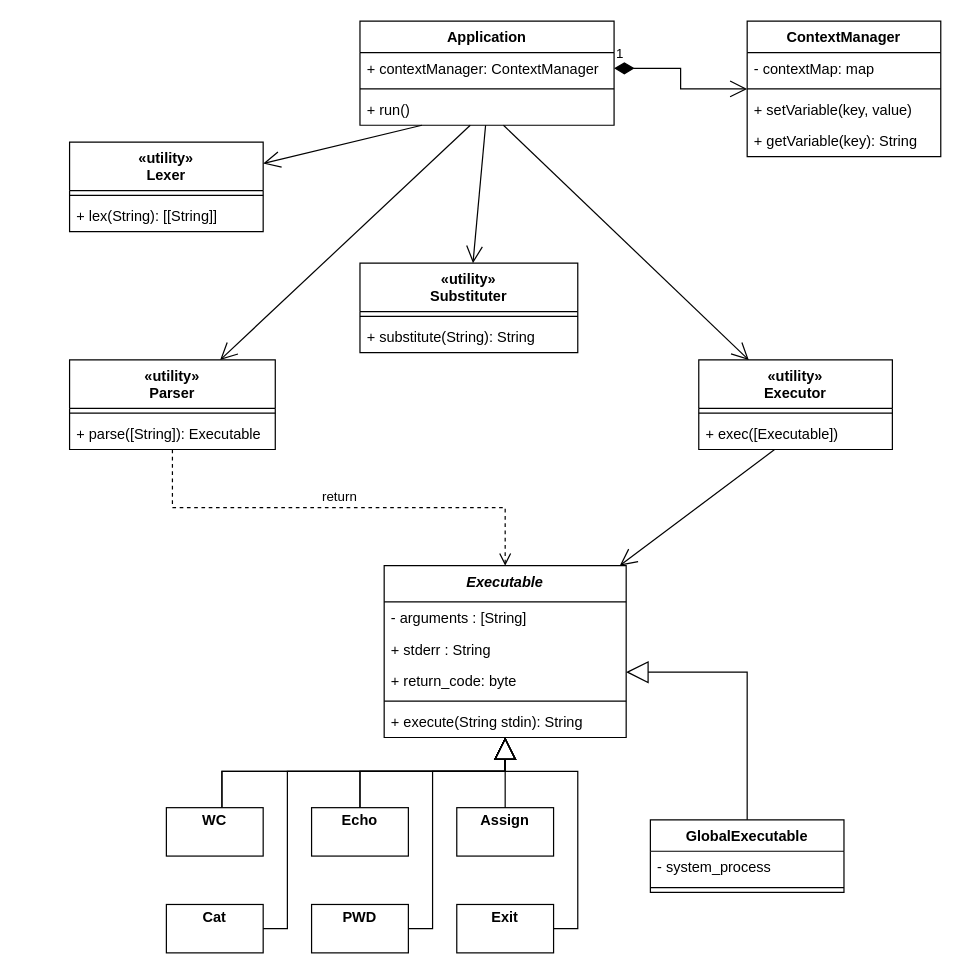
kgamora/cli-itmo-sd-2023 keeps this draw.io diagram as cli-class_scheme.drawio. Above is the earlier version. Source tidied: cells renumbered, new cells numbered last; positions are measured from the earlier drawing's top-left corner, leaving out a move shared by most shapes. Both pictures are drawn from the tidied source at 121%, with x=0, y=0 at pixel (69, 21).
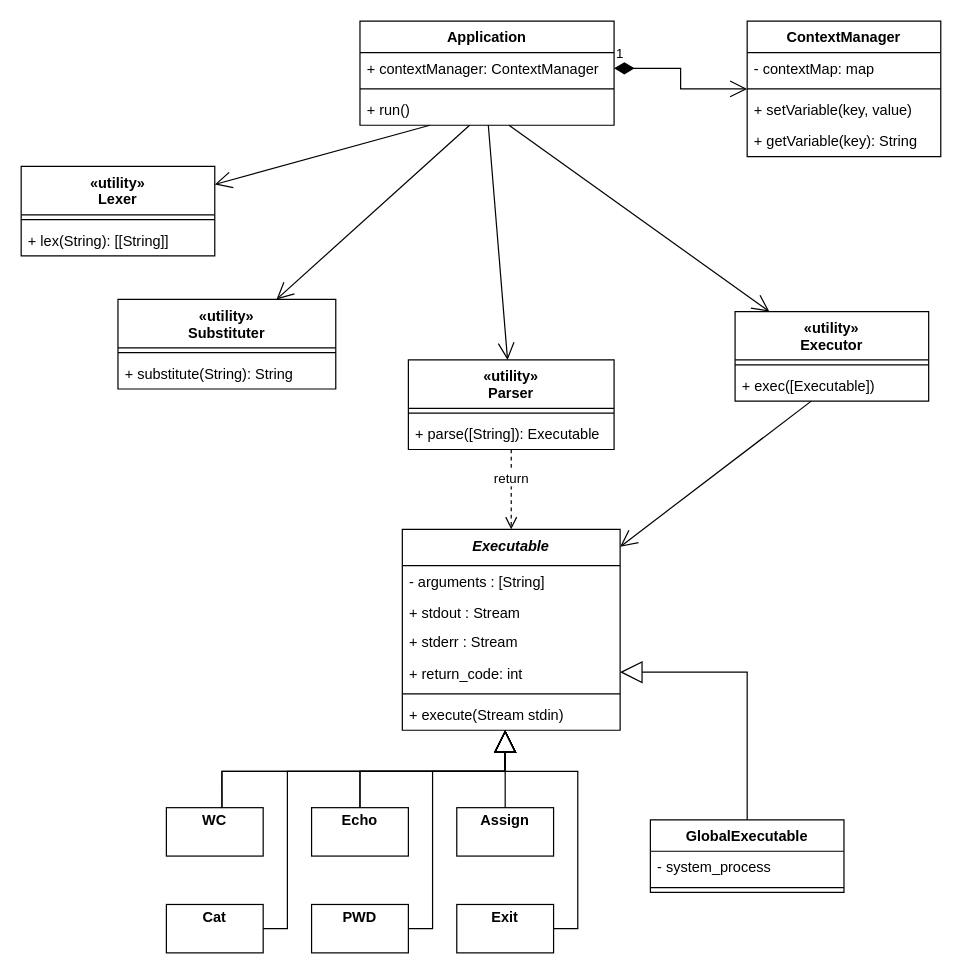
The same page after the edit.

Commit message:
Добавлены потоки для Executable

The change refers to these unchanged cells:
```xml
<mxCell id="31" value="&lt;p style=&quot;margin:0px;margin-top:4px;text-align:center;&quot;&gt;&lt;b&gt;Assign&lt;/b&gt;&lt;/p&gt;" style="verticalAlign=top;align=left;overflow=fill;fontSize=12;fontFamily=Helvetica;html=1;" parent="1" vertex="1">
  <mxGeometry x="320" y="650" width="80" height="40" as="geometry" />
</mxCell>
```

The edit, as a diff of the source:
```diff
@@
     <mxCell id="11" value="«utility»&#10;Lexer" style="swimlane;fontStyle=1;align=center;verticalAlign=top;horizontal=1;startSize=40;" parent="1" vertex="1">
-      <mxGeometry y="100" width="160" height="74" as="geometry" />
+      <mxGeometry x="-40" y="120" width="160" height="74" as="geometry" />
     </mxCell>
@@
     <mxCell id="14" value="«utility»&#10;Substituter" style="swimlane;fontStyle=1;align=center;verticalAlign=top;horizontal=1;startSize=40;" parent="1" vertex="1">
-      <mxGeometry x="240" y="200" width="180" height="74" as="geometry" />
+      <mxGeometry x="40" y="230" width="180" height="74" as="geometry" />
     </mxCell>
@@
     <mxCell id="17" value="«utility»&#10;Parser" style="swimlane;fontStyle=1;align=center;verticalAlign=top;horizontal=1;startSize=40;" parent="1" vertex="1">
-      <mxGeometry y="280" width="170" height="74" as="geometry" />
+      <mxGeometry x="280" y="280" width="170" height="74" as="geometry" />
     </mxCell>
@@
     <mxCell id="20" value="Executable" style="swimlane;fontStyle=3;align=center;verticalAlign=top;horizontal=1;startSize=30;" parent="1" vertex="1">
-      <mxGeometry x="260" y="450" width="200" height="142" as="geometry" />
+      <mxGeometry x="275" y="420" width="180" height="166" as="geometry" />
     </mxCell>
     <mxCell id="21" value="- arguments : [String]" style="text;strokeColor=none;fillColor=none;align=left;verticalAlign=top;spacingLeft=4;spacingRight=4;overflow=hidden;" parent="20" vertex="1">
-      <mxGeometry y="30" width="200" height="26" as="geometry" />
+      <mxGeometry y="30" width="180" height="26" as="geometry" />
     </mxCell>
+    <mxCell id="54" value="+ stdout : Stream" style="text;strokeColor=none;fillColor=none;align=left;verticalAlign=top;spacingLeft=4;spacingRight=4;overflow=hidden;" parent="20" vertex="1">
+      <mxGeometry y="56" width="180" height="24" as="geometry" />
+    </mxCell>
-    <mxCell id="22" value="+ stderr : String" style="text;strokeColor=none;fillColor=none;align=left;verticalAlign=top;spacingLeft=4;spacingRight=4;overflow=hidden;" parent="20" vertex="1">
-      <mxGeometry y="56" width="200" height="26" as="geometry" />
+    <mxCell id="22" value="+ stderr : Stream" style="text;strokeColor=none;fillColor=none;align=left;verticalAlign=top;spacingLeft=4;spacingRight=4;overflow=hidden;" parent="20" vertex="1">
+      <mxGeometry y="80" width="180" height="26" as="geometry" />
     </mxCell>
-    <mxCell id="23" value="+ return_code: byte" style="text;strokeColor=none;fillColor=none;align=left;verticalAlign=top;spacingLeft=4;spacingRight=4;overflow=hidden;" parent="20" vertex="1">
-      <mxGeometry y="82" width="200" height="26" as="geometry" />
+    <mxCell id="23" value="+ return_code: int" style="text;strokeColor=none;fillColor=none;align=left;verticalAlign=top;spacingLeft=4;spacingRight=4;overflow=hidden;" parent="20" vertex="1">
+      <mxGeometry y="106" width="180" height="26" as="geometry" />
     </mxCell>
     <mxCell id="24" style="line;strokeWidth=1;fillColor=none;align=left;verticalAlign=middle;spacingTop=-1;spacingLeft=3;spacingRight=3;labelPosition=right;strokeColor=inherit;" parent="20" vertex="1">
-      <mxGeometry y="108" width="200" height="8" as="geometry" />
+      <mxGeometry y="132" width="180" height="8" as="geometry" />
     </mxCell>
-    <mxCell id="25" value="+ execute(String stdin): String" style="text;strokeColor=none;fillColor=none;align=left;verticalAlign=top;spacingLeft=4;spacingRight=4;overflow=hidden;" parent="20" vertex="1">
-      <mxGeometry y="116" width="200" height="26" as="geometry" />
+    <mxCell id="25" value="+ execute(Stream stdin)" style="text;strokeColor=none;fillColor=none;align=left;verticalAlign=top;spacingLeft=4;spacingRight=4;overflow=hidden;" parent="20" vertex="1">
+      <mxGeometry y="140" width="180" height="26" as="geometry" />
     </mxCell>
@@
     <mxCell id="39" style="endArrow=block;endSize=16;endFill=0;html=1;strokeColor=default;rounded=0;edgeStyle=orthogonalEdgeStyle;" parent="1" edge="1" source="31" target="20">
-      <mxGeometry relative="1" as="geometry" />
+      <mxGeometry relative="1" as="geometry">
+        <Array as="points">
+          <mxPoint x="360" y="610" />
+          <mxPoint x="360" y="610" />
+        </Array>
+      </mxGeometry>
     </mxCell>
@@
     <mxCell id="42" value="«utility»&#10;Executor" style="swimlane;fontStyle=1;align=center;verticalAlign=top;horizontal=1;startSize=40;" parent="1" vertex="1">
-      <mxGeometry x="520" y="280" width="160" height="74" as="geometry" />
+      <mxGeometry x="550" y="240" width="160" height="74" as="geometry" />
     </mxCell>
```
